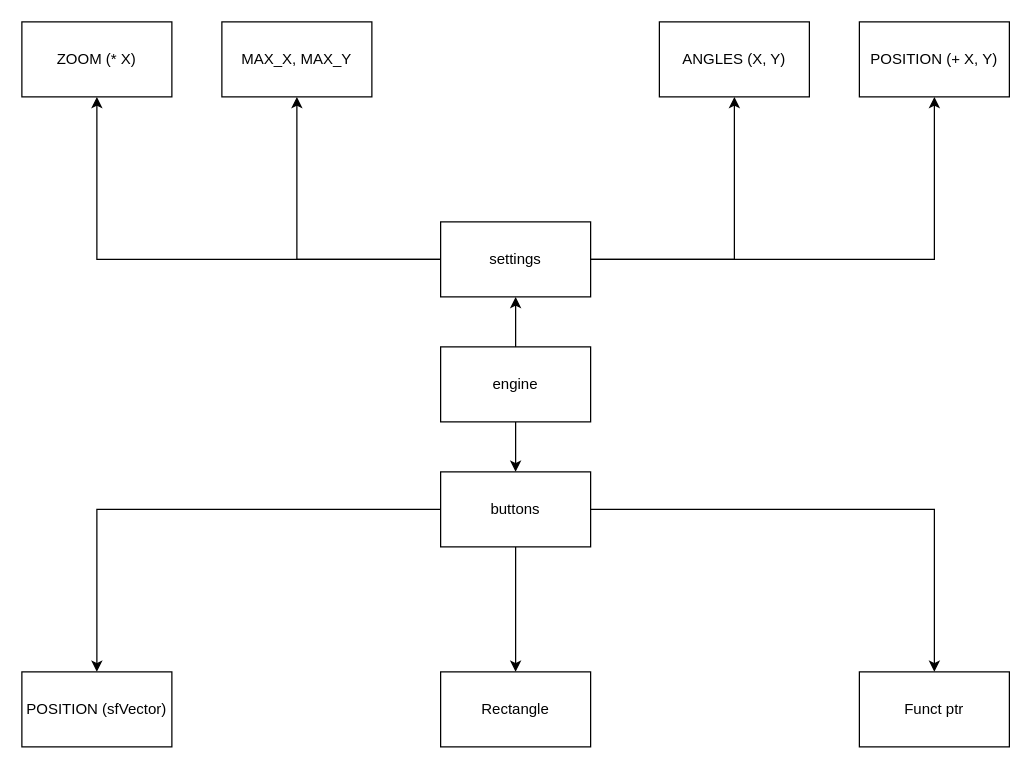
pierre1754/My_World keeps this draw.io diagram as my_world.drawio. Above is the earlier version. Source tidied: cells renumbered, new cells numbered last; positions are measured from the earlier drawing's top-left corner, leaving out a move shared by most shapes. Both pictures are drawn from the tidied source at 125%, with x=0, y=0 at pixel (21, 21).
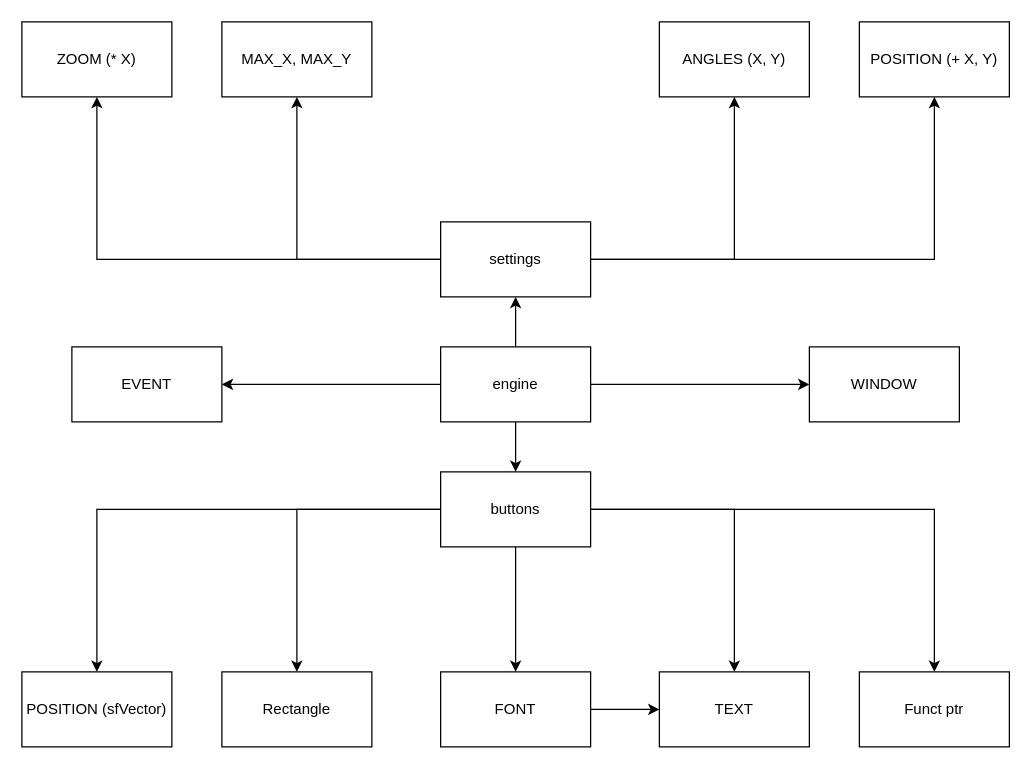
The same page after the edit.

The change refers to these unchanged cells:
```xml
<mxCell id="4" value="&lt;div&gt;engine&lt;/div&gt;" style="rounded=0;whiteSpace=wrap;html=1;" parent="1" vertex="1">
  <mxGeometry x="335" y="260" width="120" height="60" as="geometry" />
</mxCell>
<mxCell id="8" value="&lt;div&gt;buttons&lt;/div&gt;" style="rounded=0;whiteSpace=wrap;html=1;" parent="1" vertex="1">
  <mxGeometry x="335" y="360" width="120" height="60" as="geometry" />
</mxCell>
```

Change to the diagram source:
```diff
@@
+    <mxCell id="21" style="edgeStyle=orthogonalEdgeStyle;rounded=0;jettySize=auto;html=1;entryX=1;entryY=0.5;entryDx=0;entryDy=0;" parent="1" edge="1" source="4" target="25">
+      <mxGeometry relative="1" as="geometry" />
+    </mxCell>
+    <mxCell id="22" style="edgeStyle=orthogonalEdgeStyle;rounded=0;jettySize=auto;html=1;entryX=0;entryY=0.5;entryDx=0;entryDy=0;" parent="1" edge="1" source="4" target="26">
+      <mxGeometry relative="1" as="geometry" />
+    </mxCell>
@@
+    <mxCell id="23" style="edgeStyle=orthogonalEdgeStyle;rounded=0;jettySize=auto;html=1;" parent="1" edge="1" source="8" target="27">
+      <mxGeometry relative="1" as="geometry" />
+    </mxCell>
+    <mxCell id="24" style="edgeStyle=orthogonalEdgeStyle;rounded=0;jettySize=auto;html=1;entryX=0.5;entryY=0;entryDx=0;entryDy=0;" parent="1" edge="1" source="8" target="29">
+      <mxGeometry relative="1" as="geometry" />
+    </mxCell>
@@
     <mxCell id="19" value="Rectangle" style="rounded=0;whiteSpace=wrap;html=1;" parent="1" vertex="1">
-      <mxGeometry x="335" y="520" width="120" height="60" as="geometry" />
+      <mxGeometry x="160" y="520" width="120" height="60" as="geometry" />
     </mxCell>
@@
+    <mxCell id="25" value="EVENT" style="rounded=0;whiteSpace=wrap;html=1;" parent="1" vertex="1">
+      <mxGeometry x="40" y="260" width="120" height="60" as="geometry" />
+    </mxCell>
+    <mxCell id="26" value="WINDOW" style="rounded=0;whiteSpace=wrap;html=1;" parent="1" vertex="1">
+      <mxGeometry x="630" y="260" width="120" height="60" as="geometry" />
+    </mxCell>
+    <mxCell id="27" value="TEXT" style="rounded=0;whiteSpace=wrap;html=1;" parent="1" vertex="1">
+      <mxGeometry x="510" y="520" width="120" height="60" as="geometry" />
+    </mxCell>
+    <mxCell id="28" style="edgeStyle=orthogonalEdgeStyle;rounded=0;jettySize=auto;html=1;entryX=0;entryY=0.5;entryDx=0;entryDy=0;" parent="1" edge="1" source="29" target="27">
+      <mxGeometry relative="1" as="geometry" />
+    </mxCell>
+    <mxCell id="29" value="FONT" style="rounded=0;whiteSpace=wrap;html=1;" parent="1" vertex="1">
+      <mxGeometry x="335" y="520" width="120" height="60" as="geometry" />
+    </mxCell>
```
